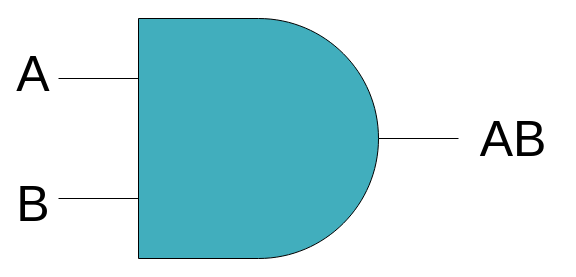
The draw.io diagram docs/drawings/ANDGate.drawio in Legohead259/OCE4531-Material, before the edit. Source tidied: cells renumbered, new cells numbered last; positions are measured from the earlier drawing's top-left corner, leaving out a move shared by most shapes. Both pictures are drawn from the tidied source at 100%, with x=0, y=0 at pixel (18, 18).
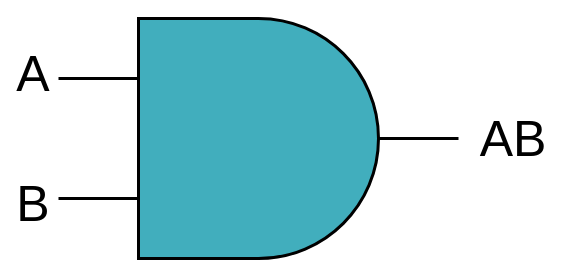
Above is the later version.

The edit, as a diff of the source:
```diff
@@
 <mxGraphModel>
   <root>
     <mxCell id="0" />
     <mxCell id="1" parent="0" />
     <mxCell id="2" value="&lt;font style=&quot;font-size: 50px&quot;&gt;A&lt;/font&gt;" style="text;html=1;strokeColor=none;fillColor=none;align=center;verticalAlign=middle;whiteSpace=wrap;rounded=0;" parent="1" vertex="1">
       <mxGeometry y="40" width="30" height="30" as="geometry" />
     </mxCell>
     <mxCell id="3" value="&lt;font style=&quot;font-size: 50px&quot;&gt;B&lt;/font&gt;" style="text;html=1;strokeColor=none;fillColor=none;align=center;verticalAlign=middle;whiteSpace=wrap;rounded=0;" parent="1" vertex="1">
       <mxGeometry y="170" width="30" height="30" as="geometry" />
     </mxCell>
     <mxCell id="4" value="&lt;font style=&quot;font-size: 50px&quot;&gt;AB&lt;/font&gt;" style="text;html=1;strokeColor=none;fillColor=none;align=center;verticalAlign=middle;whiteSpace=wrap;rounded=0;" parent="1" vertex="1">
       <mxGeometry x="450" y="105" width="90" height="30" as="geometry" />
     </mxCell>
-    <mxCell id="5" style="verticalLabelPosition=bottom;shadow=0;dashed=0;align=center;html=1;verticalAlign=top;shape=mxgraph.electrical.logic_gates.logic_gate;operation=and;fillColor=#41AEBD;" parent="1" vertex="1">
+    <mxCell id="5" style="verticalLabelPosition=bottom;shadow=0;dashed=0;align=center;html=1;verticalAlign=top;shape=mxgraph.electrical.logic_gates.logic_gate;operation=and;fillColor=#41AEBD;strokeWidth=3;" parent="1" vertex="1">
       <mxGeometry x="40" width="400" height="240" as="geometry" />
     </mxCell>
   </root>
 </mxGraphModel>
```
